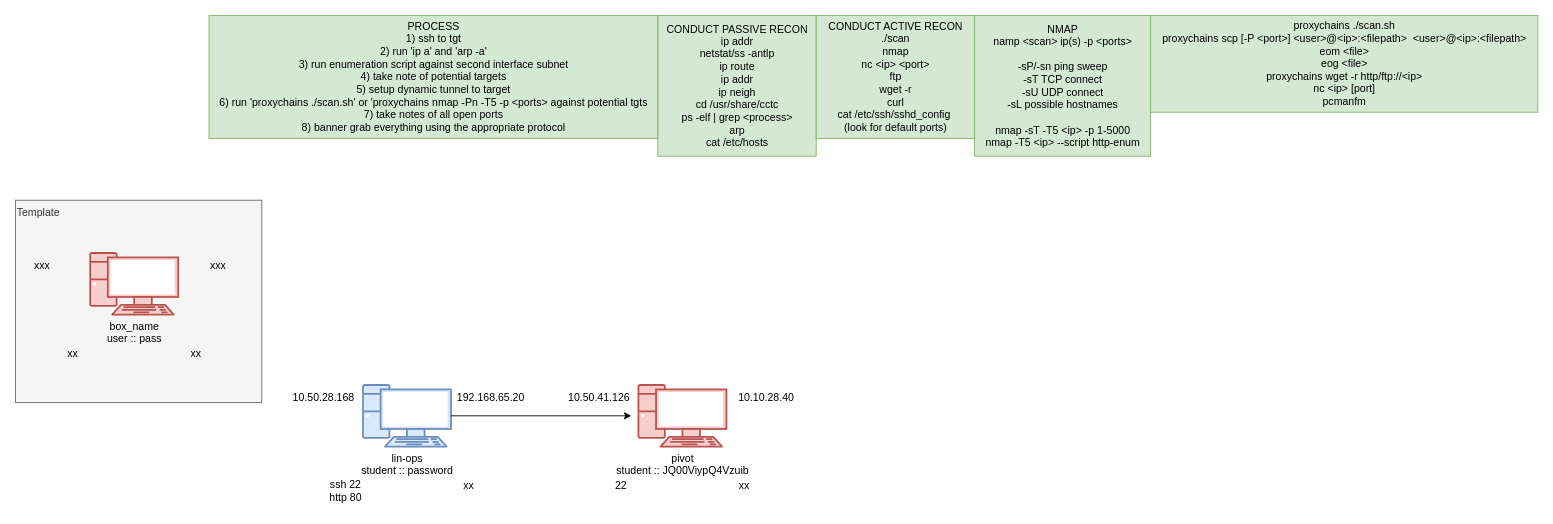
Before: CCTC/SEC/_template_.drawio in wifi96h/new, a draw.io diagram. Source tidied: cells renumbered, new cells numbered last; positions are measured from the earlier drawing's top-left corner, leaving out a move shared by most shapes. Both pictures are drawn from the tidied source at 88%, with x=0, y=0 at pixel (15, 15).
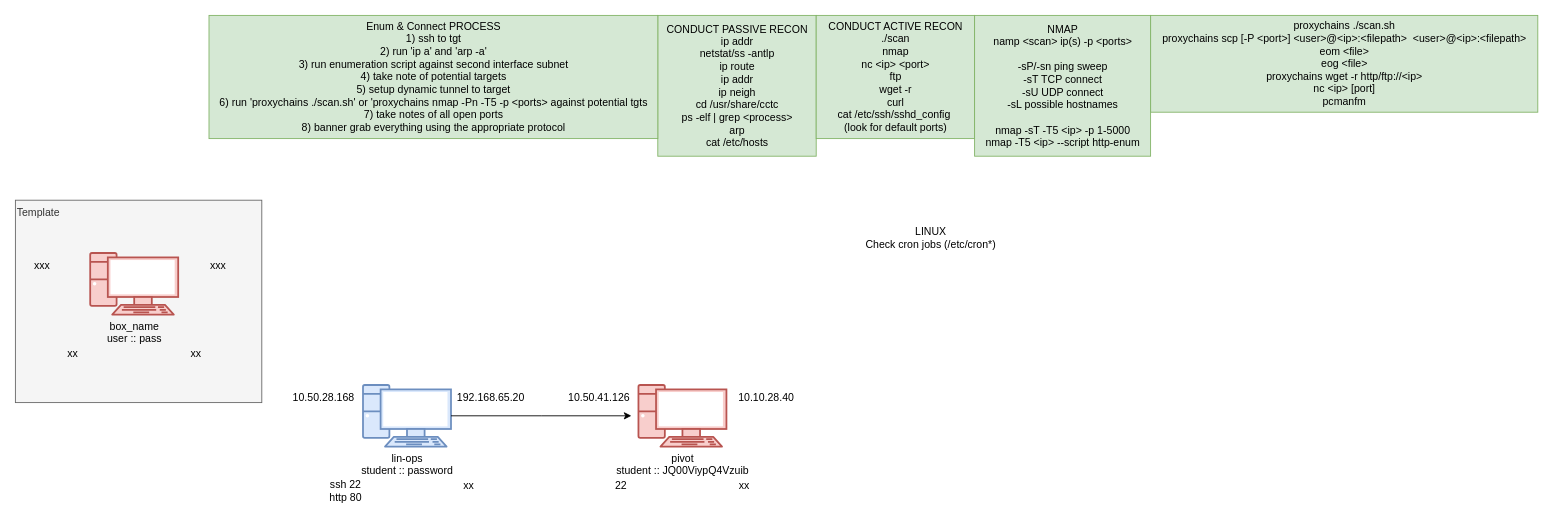
After the change.

Change to the diagram source:
```diff
@@
-    <mxCell id="22" value="&lt;div&gt;PROCESS&lt;/div&gt;&lt;div&gt;1) ssh to tgt&lt;/div&gt;&lt;div&gt;2) run 'ip a' and 'arp -a'&lt;/div&gt;&lt;div&gt;3) run enumeration script against second interface subnet&lt;/div&gt;&lt;div&gt;4) take note of potential targets&lt;/div&gt;&lt;div&gt;5) setup dynamic tunnel to target&lt;/div&gt;&lt;div&gt;6) run 'proxychains ./scan.sh' or 'proxychains nmap -Pn -T5 -p &amp;lt;ports&amp;gt; against potential tgts&lt;/div&gt;&lt;div&gt;7) take notes of all open ports&lt;/div&gt;&lt;div&gt;8) banner grab everything using the appropriate protocol&lt;/div&gt;" style="text;html=1;align=center;verticalAlign=middle;strokeColor=#82b366;fillColor=#d5e8d4;" parent="1" vertex="1">
+    <mxCell id="22" value="&lt;div&gt;Enum &amp;amp; Connect PROCESS&lt;/div&gt;&lt;div&gt;1) ssh to tgt&lt;/div&gt;&lt;div&gt;2) run 'ip a' and 'arp -a'&lt;/div&gt;&lt;div&gt;3) run enumeration script against second interface subnet&lt;/div&gt;&lt;div&gt;4) take note of potential targets&lt;/div&gt;&lt;div&gt;5) setup dynamic tunnel to target&lt;/div&gt;&lt;div&gt;6) run 'proxychains ./scan.sh' or 'proxychains nmap -Pn -T5 -p &amp;lt;ports&amp;gt; against potential tgts&lt;/div&gt;&lt;div&gt;7) take notes of all open ports&lt;/div&gt;&lt;div&gt;8) banner grab everything using the appropriate protocol&lt;/div&gt;" style="text;html=1;align=center;verticalAlign=middle;strokeColor=#82b366;fillColor=#d5e8d4;" parent="1" vertex="1">
       <mxGeometry x="220" width="510" height="140" as="geometry" />
     </mxCell>
@@
+    <mxCell id="31" value="LINUX&lt;div&gt;Check cron jobs (/etc/cron*)&lt;/div&gt;" style="text;html=1;align=center;verticalAlign=middle;strokeColor=none;fillColor=none;" parent="1" vertex="1">
+      <mxGeometry x="955" y="233" width="170" height="40" as="geometry" />
+    </mxCell>
```
